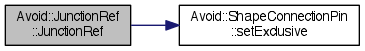
Before: documentation/classAvoid_1_1JunctionRef_a6b8f78290d978f0176beb952a161f3d4_cgraph.png, a diagram exported from Graphviz (mjwybrow/adaptagrams). Its source is kept beside it as documentation/classAvoid_1_1JunctionRef_a6b8f78290d978f0176beb952a161f3d4_cgraph.dot. Its diagram source:
```dot
digraph "Avoid::JunctionRef::JunctionRef"
{
  edge [fontname="Helvetica",fontsize="10",labelfontname="Helvetica",labelfontsize="10"];
  node [fontname="Helvetica",fontsize="10",shape=record];
  rankdir="LR";
  Node1 [label="Avoid::JunctionRef\l::JunctionRef",height=0.2,width=0.4,color="black", fillcolor="grey75", style="filled" fontcolor="black"];
  Node1 -> Node2 [color="midnightblue",fontsize="10",style="solid",fontname="Helvetica"];
  Node2 [label="Avoid::ShapeConnectionPin\l::setExclusive",height=0.2,width=0.4,color="black", fillcolor="white", style="filled",URL="$classAvoid_1_1ShapeConnectionPin.html#aacb578182fb564e199f681447914a124",tooltip="Sets whether the pin is exclusive, i.e., only one connector can attach to it."];
}
```
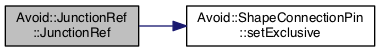
The same file after the commit.

What changed in the source:
```diff
@@ -3,7 +3,7 @@
   edge [fontname="Helvetica",fontsize="10",labelfontname="Helvetica",labelfontsize="10"];
   node [fontname="Helvetica",fontsize="10",shape=record];
   rankdir="LR";
-  Node1 [label="Avoid::JunctionRef\l::JunctionRef",height=0.2,width=0.4,color="black", fillcolor="grey75", style="filled" fontcolor="black"];
+  Node1 [label="Avoid::JunctionRef\l::JunctionRef",height=0.2,width=0.4,color="black", fillcolor="grey75", style="filled", fontcolor="black"];
   Node1 -> Node2 [color="midnightblue",fontsize="10",style="solid",fontname="Helvetica"];
-  Node2 [label="Avoid::ShapeConnectionPin\l::setExclusive",height=0.2,width=0.4,color="black", fillcolor="white", style="filled",URL="$classAvoid_1_1ShapeConnectionPin.html#aacb578182fb564e199f681447914a124",tooltip="Sets whether the pin is exclusive, i.e., only one connector can attach to it."];
+  Node2 [label="Avoid::ShapeConnectionPin\l::setExclusive",height=0.2,width=0.4,color="black", fillcolor="white", style="filled",URL="$classAvoid_1_1ShapeConnectionPin.html#aacb578182fb564e199f681447914a124",tooltip="Sets whether the pin is exclusive, i.e., only one connector can attach to it. This defaults to true f..."];
 }
```
